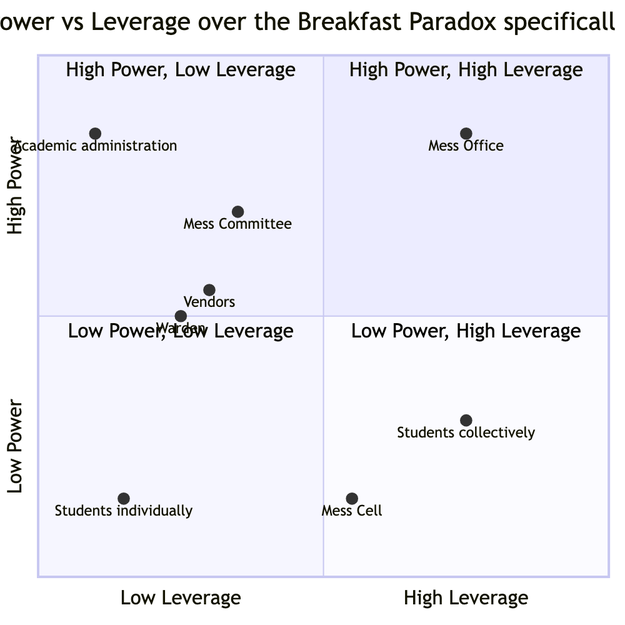
This is report/figures/d12-leverage-quadrant.png from sricharanperi/breakfast-paradox-systems-thinking, a Mermaid export, as it was before one commit. Its source is kept beside it as report/figures/d12-leverage-quadrant.mmd. The source it was exported from:
```mermaid
quadrantChart
    title Power vs Leverage over the Breakfast Paradox specifically
    x-axis Low Leverage --> High Leverage
    y-axis Low Power --> High Power
    quadrant-1 High Power, High Leverage
    quadrant-2 High Power, Low Leverage
    quadrant-3 Low Power, Low Leverage
    quadrant-4 Low Power, High Leverage
    Mess Office: [0.75, 0.85]
    Mess Committee: [0.35, 0.7]
    Academic administration: [0.1, 0.85]
    Vendors: [0.3, 0.55]
    Warden: [0.25, 0.5]
    Students individually: [0.15, 0.15]
    Students collectively: [0.75, 0.3]
    Mess Cell: [0.55, 0.15]
```
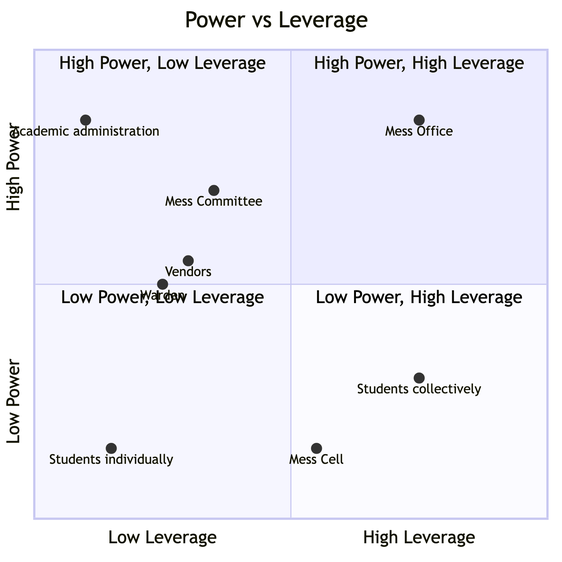
The same diagram one commit later.

What changed in the source:
```diff
@@ -1,5 +1,5 @@
 quadrantChart
-    title Power vs Leverage over the Breakfast Paradox specifically
+    title Power vs Leverage
     x-axis Low Leverage --> High Leverage
     y-axis Low Power --> High Power
     quadrant-1 High Power, High Leverage
```
